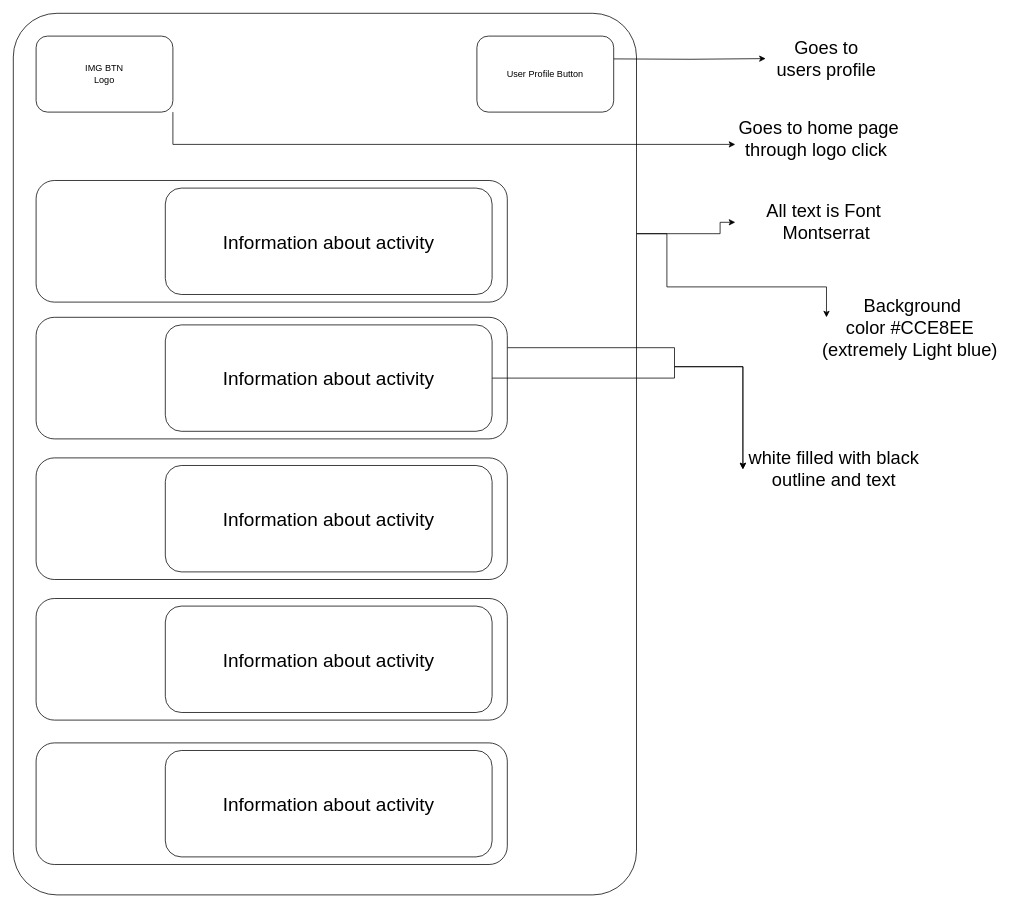
BarryHennett/ISCG7424_MobileAssignment keeps this draw.io diagram as Wireframes/BrowseEverythingPage.drawio. Above is the earlier version. Source tidied: cells renumbered, new cells numbered last; positions are measured from the earlier drawing's top-left corner, leaving out a move shared by most shapes. Both pictures are drawn from the tidied source at 76%, with x=0, y=0 at pixel (13, 13).
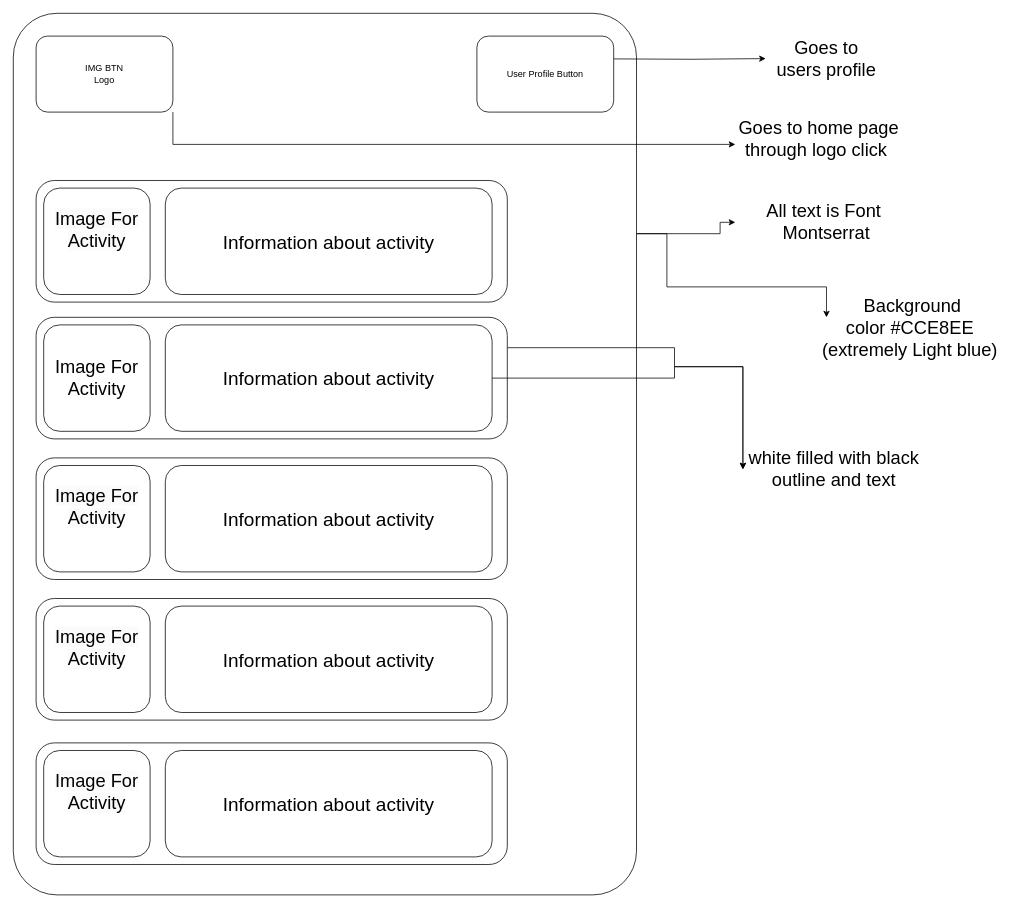
Above is the later version.

The edit, as a diff of the source:
```diff
@@
+    <mxCell id="26" value="&#10;&lt;span style=&quot;color: rgb(0, 0, 0); font-family: Helvetica; font-size: 24px; font-style: normal; font-variant-ligatures: normal; font-variant-caps: normal; font-weight: 400; letter-spacing: normal; orphans: 2; text-align: center; text-indent: 0px; text-transform: none; widows: 2; word-spacing: 0px; -webkit-text-stroke-width: 0px; white-space: normal; background-color: rgb(251, 251, 251); text-decoration-thickness: initial; text-decoration-style: initial; text-decoration-color: initial; float: none; display: inline !important;&quot;&gt;Image For Activity&lt;/span&gt;&#10;&#10;" style="rounded=1;whiteSpace=wrap;html=1;fontSize=24;" parent="1" vertex="1">
+      <mxGeometry x="40" y="230" width="140" height="140" as="geometry" />
+    </mxCell>
+    <mxCell id="27" value="Image For Activity" style="rounded=1;whiteSpace=wrap;html=1;fontSize=24;" parent="1" vertex="1">
+      <mxGeometry x="40" y="410" width="140" height="140" as="geometry" />
+    </mxCell>
+    <mxCell id="28" value="&#10;&lt;span style=&quot;color: rgb(0, 0, 0); font-family: Helvetica; font-size: 24px; font-style: normal; font-variant-ligatures: normal; font-variant-caps: normal; font-weight: 400; letter-spacing: normal; orphans: 2; text-align: center; text-indent: 0px; text-transform: none; widows: 2; word-spacing: 0px; -webkit-text-stroke-width: 0px; white-space: normal; background-color: rgb(251, 251, 251); text-decoration-thickness: initial; text-decoration-style: initial; text-decoration-color: initial; float: none; display: inline !important;&quot;&gt;Image For Activity&lt;/span&gt;&#10;&#10;" style="rounded=1;whiteSpace=wrap;html=1;fontSize=24;" parent="1" vertex="1">
+      <mxGeometry x="40" y="595" width="140" height="140" as="geometry" />
+    </mxCell>
+    <mxCell id="29" value="&#10;&lt;span style=&quot;color: rgb(0, 0, 0); font-family: Helvetica; font-size: 24px; font-style: normal; font-variant-ligatures: normal; font-variant-caps: normal; font-weight: 400; letter-spacing: normal; orphans: 2; text-align: center; text-indent: 0px; text-transform: none; widows: 2; word-spacing: 0px; -webkit-text-stroke-width: 0px; white-space: normal; background-color: rgb(251, 251, 251); text-decoration-thickness: initial; text-decoration-style: initial; text-decoration-color: initial; float: none; display: inline !important;&quot;&gt;Image For Activity&lt;/span&gt;&#10;&#10;" style="rounded=1;whiteSpace=wrap;html=1;fontSize=24;" parent="1" vertex="1">
+      <mxGeometry x="40" y="780" width="140" height="140" as="geometry" />
+    </mxCell>
+    <mxCell id="30" value="&#10;&lt;span style=&quot;color: rgb(0, 0, 0); font-family: Helvetica; font-size: 24px; font-style: normal; font-variant-ligatures: normal; font-variant-caps: normal; font-weight: 400; letter-spacing: normal; orphans: 2; text-align: center; text-indent: 0px; text-transform: none; widows: 2; word-spacing: 0px; -webkit-text-stroke-width: 0px; white-space: normal; background-color: rgb(251, 251, 251); text-decoration-thickness: initial; text-decoration-style: initial; text-decoration-color: initial; float: none; display: inline !important;&quot;&gt;Image For Activity&lt;/span&gt;&#10;&#10;" style="rounded=1;whiteSpace=wrap;html=1;fontSize=24;" parent="1" vertex="1">
+      <mxGeometry x="40" y="970" width="140" height="140" as="geometry" />
+    </mxCell>
```
